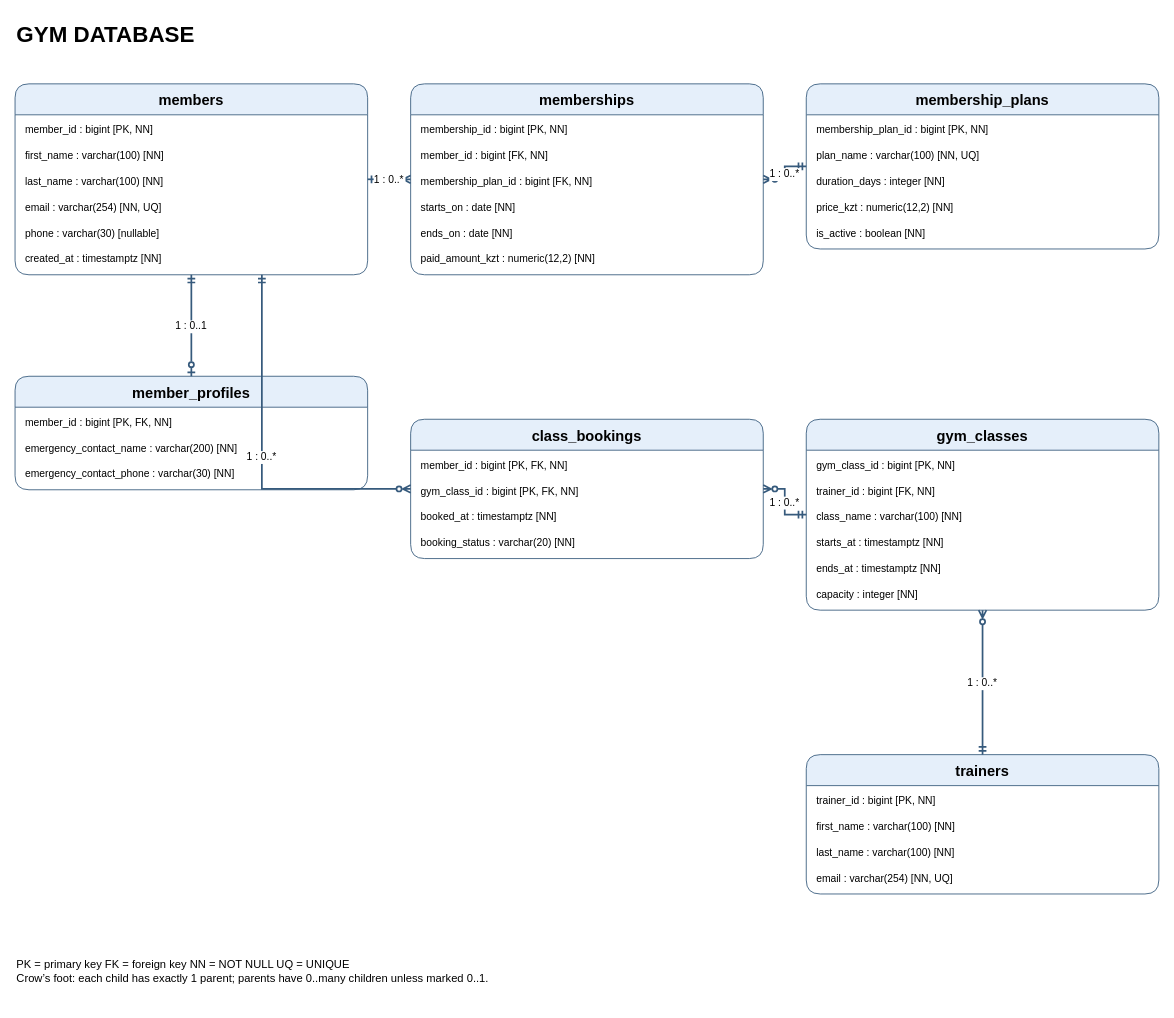
Earlier version of the draw.io diagram gym-database/gym_erd.drawio (zhek1chann/pda). Source tidied: cells renumbered, new cells numbered last; positions are measured from the earlier drawing's top-left corner, leaving out a move shared by most shapes. Both pictures are drawn from the tidied source at 86%, with x=0, y=0 at pixel (15, 15).
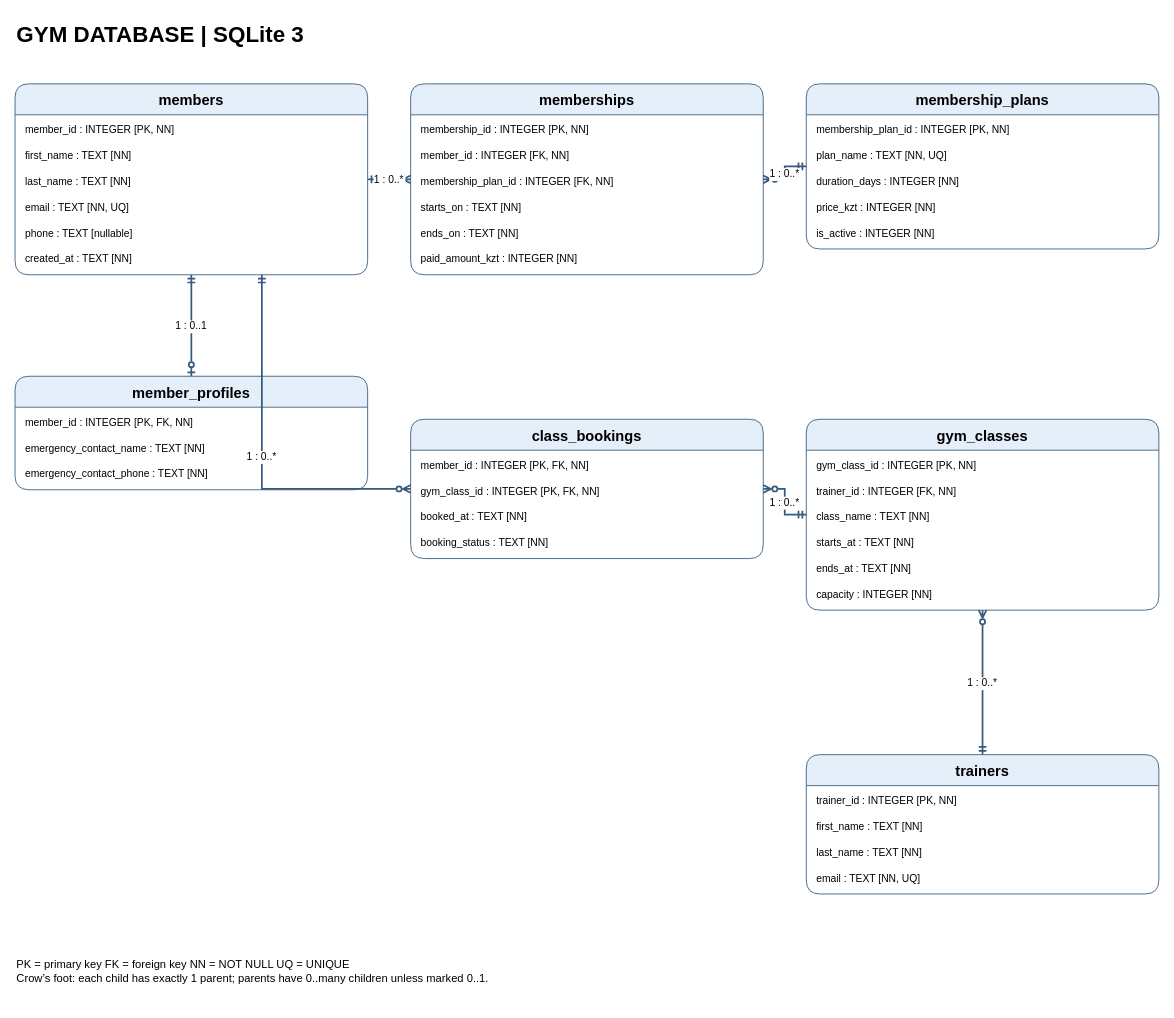
Above is the later version.

The change refers to these unchanged cells:
```xml
<mxCell id="4" value="members" style="swimlane;html=0;startSize=36;horizontal=1;rounded=1;fillColor=#e5effa;swimlaneFillColor=#ffffff;strokeColor=#365a7c;fontStyle=1;fontSize=17;" parent="1" vertex="1">
  <mxGeometry y="80" width="410" height="222" as="geometry" />
</mxCell>
<mxCell id="11" value="member_profiles" style="swimlane;html=0;startSize=36;horizontal=1;rounded=1;fillColor=#e5effa;swimlaneFillColor=#ffffff;strokeColor=#365a7c;fontStyle=1;fontSize=17;" parent="1" vertex="1">
  <mxGeometry y="420" width="410" height="132" as="geometry" />
</mxCell>
<mxCell id="15" value="membership_plans" style="swimlane;html=0;startSize=36;horizontal=1;rounded=1;fillColor=#e5effa;swimlaneFillColor=#ffffff;strokeColor=#365a7c;fontStyle=1;fontSize=17;" parent="1" vertex="1">
  <mxGeometry x="920" y="80" width="410" height="192" as="geometry" />
</mxCell>
<mxCell id="21" value="memberships" style="swimlane;html=0;startSize=36;horizontal=1;rounded=1;fillColor=#e5effa;swimlaneFillColor=#ffffff;strokeColor=#365a7c;fontStyle=1;fontSize=17;" parent="1" vertex="1">
  <mxGeometry x="460" y="80" width="410" height="222" as="geometry" />
</mxCell>
<mxCell id="28" value="trainers" style="swimlane;html=0;startSize=36;horizontal=1;rounded=1;fillColor=#e5effa;swimlaneFillColor=#ffffff;strokeColor=#365a7c;fontStyle=1;fontSize=17;" parent="1" vertex="1">
  <mxGeometry x="920" y="860" width="410" height="162" as="geometry" />
</mxCell>
<mxCell id="33" value="gym_classes" style="swimlane;html=0;startSize=36;horizontal=1;rounded=1;fillColor=#e5effa;swimlaneFillColor=#ffffff;strokeColor=#365a7c;fontStyle=1;fontSize=17;" parent="1" vertex="1">
  <mxGeometry x="920" y="470" width="410" height="222" as="geometry" />
</mxCell>
<mxCell id="40" value="class_bookings" style="swimlane;html=0;startSize=36;horizontal=1;rounded=1;fillColor=#e5effa;swimlaneFillColor=#ffffff;strokeColor=#365a7c;fontStyle=1;fontSize=17;" parent="1" vertex="1">
  <mxGeometry x="460" y="470" width="410" height="162" as="geometry" />
</mxCell>
```

What changed in the source:
```diff
@@
-    <mxCell id="2" value="GYM DATABASE" style="text;html=0;fontSize=26;fontStyle=1;align=left;" parent="1" vertex="1">
+    <mxCell id="2" value="GYM DATABASE | SQLite 3" style="text;html=0;fontSize=26;fontStyle=1;align=left;" parent="1" vertex="1">
       <mxGeometry width="1200" height="45" as="geometry" />
     </mxCell>
@@
-    <mxCell id="5" value="member_id : bigint  [PK, NN]" style="text;html=0;align=left;verticalAlign=middle;spacingLeft=10;fontFamily=Helvetica;fontSize=12;" parent="4" vertex="1">
+    <mxCell id="5" value="member_id : INTEGER  [PK, NN]" style="text;html=0;align=left;verticalAlign=middle;spacingLeft=10;fontFamily=Helvetica;fontSize=12;" parent="4" vertex="1">
       <mxGeometry y="38" width="410" height="30" as="geometry" />
     </mxCell>
-    <mxCell id="6" value="first_name : varchar(100)  [NN]" style="text;html=0;align=left;verticalAlign=middle;spacingLeft=10;fontFamily=Helvetica;fontSize=12;" parent="4" vertex="1">
+    <mxCell id="6" value="first_name : TEXT  [NN]" style="text;html=0;align=left;verticalAlign=middle;spacingLeft=10;fontFamily=Helvetica;fontSize=12;" parent="4" vertex="1">
       <mxGeometry y="68" width="410" height="30" as="geometry" />
     </mxCell>
-    <mxCell id="7" value="last_name : varchar(100)  [NN]" style="text;html=0;align=left;verticalAlign=middle;spacingLeft=10;fontFamily=Helvetica;fontSize=12;" parent="4" vertex="1">
+    <mxCell id="7" value="last_name : TEXT  [NN]" style="text;html=0;align=left;verticalAlign=middle;spacingLeft=10;fontFamily=Helvetica;fontSize=12;" parent="4" vertex="1">
       <mxGeometry y="98" width="410" height="30" as="geometry" />
     </mxCell>
-    <mxCell id="8" value="email : varchar(254)  [NN, UQ]" style="text;html=0;align=left;verticalAlign=middle;spacingLeft=10;fontFamily=Helvetica;fontSize=12;" parent="4" vertex="1">
+    <mxCell id="8" value="email : TEXT  [NN, UQ]" style="text;html=0;align=left;verticalAlign=middle;spacingLeft=10;fontFamily=Helvetica;fontSize=12;" parent="4" vertex="1">
       <mxGeometry y="128" width="410" height="30" as="geometry" />
     </mxCell>
-    <mxCell id="9" value="phone : varchar(30)  [nullable]" style="text;html=0;align=left;verticalAlign=middle;spacingLeft=10;fontFamily=Helvetica;fontSize=12;" parent="4" vertex="1">
+    <mxCell id="9" value="phone : TEXT  [nullable]" style="text;html=0;align=left;verticalAlign=middle;spacingLeft=10;fontFamily=Helvetica;fontSize=12;" parent="4" vertex="1">
       <mxGeometry y="158" width="410" height="30" as="geometry" />
     </mxCell>
-    <mxCell id="10" value="created_at : timestamptz  [NN]" style="text;html=0;align=left;verticalAlign=middle;spacingLeft=10;fontFamily=Helvetica;fontSize=12;" parent="4" vertex="1">
+    <mxCell id="10" value="created_at : TEXT  [NN]" style="text;html=0;align=left;verticalAlign=middle;spacingLeft=10;fontFamily=Helvetica;fontSize=12;" parent="4" vertex="1">
       <mxGeometry y="188" width="410" height="30" as="geometry" />
     </mxCell>
@@
-    <mxCell id="12" value="member_id : bigint  [PK, FK, NN]" style="text;html=0;align=left;verticalAlign=middle;spacingLeft=10;fontFamily=Helvetica;fontSize=12;" parent="11" vertex="1">
+    <mxCell id="12" value="member_id : INTEGER  [PK, FK, NN]" style="text;html=0;align=left;verticalAlign=middle;spacingLeft=10;fontFamily=Helvetica;fontSize=12;" parent="11" vertex="1">
       <mxGeometry y="38" width="410" height="30" as="geometry" />
     </mxCell>
-    <mxCell id="13" value="emergency_contact_name : varchar(200)  [NN]" style="text;html=0;align=left;verticalAlign=middle;spacingLeft=10;fontFamily=Helvetica;fontSize=12;" parent="11" vertex="1">
+    <mxCell id="13" value="emergency_contact_name : TEXT  [NN]" style="text;html=0;align=left;verticalAlign=middle;spacingLeft=10;fontFamily=Helvetica;fontSize=12;" parent="11" vertex="1">
       <mxGeometry y="68" width="410" height="30" as="geometry" />
     </mxCell>
-    <mxCell id="14" value="emergency_contact_phone : varchar(30)  [NN]" style="text;html=0;align=left;verticalAlign=middle;spacingLeft=10;fontFamily=Helvetica;fontSize=12;" parent="11" vertex="1">
+    <mxCell id="14" value="emergency_contact_phone : TEXT  [NN]" style="text;html=0;align=left;verticalAlign=middle;spacingLeft=10;fontFamily=Helvetica;fontSize=12;" parent="11" vertex="1">
       <mxGeometry y="98" width="410" height="30" as="geometry" />
     </mxCell>
@@
-    <mxCell id="16" value="membership_plan_id : bigint  [PK, NN]" style="text;html=0;align=left;verticalAlign=middle;spacingLeft=10;fontFamily=Helvetica;fontSize=12;" parent="15" vertex="1">
+    <mxCell id="16" value="membership_plan_id : INTEGER  [PK, NN]" style="text;html=0;align=left;verticalAlign=middle;spacingLeft=10;fontFamily=Helvetica;fontSize=12;" parent="15" vertex="1">
       <mxGeometry y="38" width="410" height="30" as="geometry" />
     </mxCell>
-    <mxCell id="17" value="plan_name : varchar(100)  [NN, UQ]" style="text;html=0;align=left;verticalAlign=middle;spacingLeft=10;fontFamily=Helvetica;fontSize=12;" parent="15" vertex="1">
+    <mxCell id="17" value="plan_name : TEXT  [NN, UQ]" style="text;html=0;align=left;verticalAlign=middle;spacingLeft=10;fontFamily=Helvetica;fontSize=12;" parent="15" vertex="1">
       <mxGeometry y="68" width="410" height="30" as="geometry" />
     </mxCell>
-    <mxCell id="18" value="duration_days : integer  [NN]" style="text;html=0;align=left;verticalAlign=middle;spacingLeft=10;fontFamily=Helvetica;fontSize=12;" parent="15" vertex="1">
+    <mxCell id="18" value="duration_days : INTEGER  [NN]" style="text;html=0;align=left;verticalAlign=middle;spacingLeft=10;fontFamily=Helvetica;fontSize=12;" parent="15" vertex="1">
       <mxGeometry y="98" width="410" height="30" as="geometry" />
     </mxCell>
-    <mxCell id="19" value="price_kzt : numeric(12,2)  [NN]" style="text;html=0;align=left;verticalAlign=middle;spacingLeft=10;fontFamily=Helvetica;fontSize=12;" parent="15" vertex="1">
+    <mxCell id="19" value="price_kzt : INTEGER  [NN]" style="text;html=0;align=left;verticalAlign=middle;spacingLeft=10;fontFamily=Helvetica;fontSize=12;" parent="15" vertex="1">
       <mxGeometry y="128" width="410" height="30" as="geometry" />
     </mxCell>
-    <mxCell id="20" value="is_active : boolean  [NN]" style="text;html=0;align=left;verticalAlign=middle;spacingLeft=10;fontFamily=Helvetica;fontSize=12;" parent="15" vertex="1">
+    <mxCell id="20" value="is_active : INTEGER  [NN]" style="text;html=0;align=left;verticalAlign=middle;spacingLeft=10;fontFamily=Helvetica;fontSize=12;" parent="15" vertex="1">
       <mxGeometry y="158" width="410" height="30" as="geometry" />
     </mxCell>
@@
-    <mxCell id="22" value="membership_id : bigint  [PK, NN]" style="text;html=0;align=left;verticalAlign=middle;spacingLeft=10;fontFamily=Helvetica;fontSize=12;" parent="21" vertex="1">
+    <mxCell id="22" value="membership_id : INTEGER  [PK, NN]" style="text;html=0;align=left;verticalAlign=middle;spacingLeft=10;fontFamily=Helvetica;fontSize=12;" parent="21" vertex="1">
       <mxGeometry y="38" width="410" height="30" as="geometry" />
     </mxCell>
-    <mxCell id="23" value="member_id : bigint  [FK, NN]" style="text;html=0;align=left;verticalAlign=middle;spacingLeft=10;fontFamily=Helvetica;fontSize=12;" parent="21" vertex="1">
+    <mxCell id="23" value="member_id : INTEGER  [FK, NN]" style="text;html=0;align=left;verticalAlign=middle;spacingLeft=10;fontFamily=Helvetica;fontSize=12;" parent="21" vertex="1">
       <mxGeometry y="68" width="410" height="30" as="geometry" />
     </mxCell>
-    <mxCell id="24" value="membership_plan_id : bigint  [FK, NN]" style="text;html=0;align=left;verticalAlign=middle;spacingLeft=10;fontFamily=Helvetica;fontSize=12;" parent="21" vertex="1">
+    <mxCell id="24" value="membership_plan_id : INTEGER  [FK, NN]" style="text;html=0;align=left;verticalAlign=middle;spacingLeft=10;fontFamily=Helvetica;fontSize=12;" parent="21" vertex="1">
       <mxGeometry y="98" width="410" height="30" as="geometry" />
     </mxCell>
-    <mxCell id="25" value="starts_on : date  [NN]" style="text;html=0;align=left;verticalAlign=middle;spacingLeft=10;fontFamily=Helvetica;fontSize=12;" parent="21" vertex="1">
+    <mxCell id="25" value="starts_on : TEXT  [NN]" style="text;html=0;align=left;verticalAlign=middle;spacingLeft=10;fontFamily=Helvetica;fontSize=12;" parent="21" vertex="1">
       <mxGeometry y="128" width="410" height="30" as="geometry" />
     </mxCell>
-    <mxCell id="26" value="ends_on : date  [NN]" style="text;html=0;align=left;verticalAlign=middle;spacingLeft=10;fontFamily=Helvetica;fontSize=12;" parent="21" vertex="1">
+    <mxCell id="26" value="ends_on : TEXT  [NN]" style="text;html=0;align=left;verticalAlign=middle;spacingLeft=10;fontFamily=Helvetica;fontSize=12;" parent="21" vertex="1">
       <mxGeometry y="158" width="410" height="30" as="geometry" />
     </mxCell>
-    <mxCell id="27" value="paid_amount_kzt : numeric(12,2)  [NN]" style="text;html=0;align=left;verticalAlign=middle;spacingLeft=10;fontFamily=Helvetica;fontSize=12;" parent="21" vertex="1">
+    <mxCell id="27" value="paid_amount_kzt : INTEGER  [NN]" style="text;html=0;align=left;verticalAlign=middle;spacingLeft=10;fontFamily=Helvetica;fontSize=12;" parent="21" vertex="1">
       <mxGeometry y="188" width="410" height="30" as="geometry" />
     </mxCell>
@@
-    <mxCell id="29" value="trainer_id : bigint  [PK, NN]" style="text;html=0;align=left;verticalAlign=middle;spacingLeft=10;fontFamily=Helvetica;fontSize=12;" parent="28" vertex="1">
+    <mxCell id="29" value="trainer_id : INTEGER  [PK, NN]" style="text;html=0;align=left;verticalAlign=middle;spacingLeft=10;fontFamily=Helvetica;fontSize=12;" parent="28" vertex="1">
       <mxGeometry y="38" width="410" height="30" as="geometry" />
     </mxCell>
-    <mxCell id="30" value="first_name : varchar(100)  [NN]" style="text;html=0;align=left;verticalAlign=middle;spacingLeft=10;fontFamily=Helvetica;fontSize=12;" parent="28" vertex="1">
+    <mxCell id="30" value="first_name : TEXT  [NN]" style="text;html=0;align=left;verticalAlign=middle;spacingLeft=10;fontFamily=Helvetica;fontSize=12;" parent="28" vertex="1">
       <mxGeometry y="68" width="410" height="30" as="geometry" />
     </mxCell>
-    <mxCell id="31" value="last_name : varchar(100)  [NN]" style="text;html=0;align=left;verticalAlign=middle;spacingLeft=10;fontFamily=Helvetica;fontSize=12;" parent="28" vertex="1">
+    <mxCell id="31" value="last_name : TEXT  [NN]" style="text;html=0;align=left;verticalAlign=middle;spacingLeft=10;fontFamily=Helvetica;fontSize=12;" parent="28" vertex="1">
       <mxGeometry y="98" width="410" height="30" as="geometry" />
     </mxCell>
-    <mxCell id="32" value="email : varchar(254)  [NN, UQ]" style="text;html=0;align=left;verticalAlign=middle;spacingLeft=10;fontFamily=Helvetica;fontSize=12;" parent="28" vertex="1">
+    <mxCell id="32" value="email : TEXT  [NN, UQ]" style="text;html=0;align=left;verticalAlign=middle;spacingLeft=10;fontFamily=Helvetica;fontSize=12;" parent="28" vertex="1">
       <mxGeometry y="128" width="410" height="30" as="geometry" />
     </mxCell>
@@
-    <mxCell id="34" value="gym_class_id : bigint  [PK, NN]" style="text;html=0;align=left;verticalAlign=middle;spacingLeft=10;fontFamily=Helvetica;fontSize=12;" parent="33" vertex="1">
+    <mxCell id="34" value="gym_class_id : INTEGER  [PK, NN]" style="text;html=0;align=left;verticalAlign=middle;spacingLeft=10;fontFamily=Helvetica;fontSize=12;" parent="33" vertex="1">
       <mxGeometry y="38" width="410" height="30" as="geometry" />
     </mxCell>
-    <mxCell id="35" value="trainer_id : bigint  [FK, NN]" style="text;html=0;align=left;verticalAlign=middle;spacingLeft=10;fontFamily=Helvetica;fontSize=12;" parent="33" vertex="1">
+    <mxCell id="35" value="trainer_id : INTEGER  [FK, NN]" style="text;html=0;align=left;verticalAlign=middle;spacingLeft=10;fontFamily=Helvetica;fontSize=12;" parent="33" vertex="1">
       <mxGeometry y="68" width="410" height="30" as="geometry" />
     </mxCell>
-    <mxCell id="36" value="class_name : varchar(100)  [NN]" style="text;html=0;align=left;verticalAlign=middle;spacingLeft=10;fontFamily=Helvetica;fontSize=12;" parent="33" vertex="1">
+    <mxCell id="36" value="class_name : TEXT  [NN]" style="text;html=0;align=left;verticalAlign=middle;spacingLeft=10;fontFamily=Helvetica;fontSize=12;" parent="33" vertex="1">
       <mxGeometry y="98" width="410" height="30" as="geometry" />
     </mxCell>
-    <mxCell id="37" value="starts_at : timestamptz  [NN]" style="text;html=0;align=left;verticalAlign=middle;spacingLeft=10;fontFamily=Helvetica;fontSize=12;" parent="33" vertex="1">
+    <mxCell id="37" value="starts_at : TEXT  [NN]" style="text;html=0;align=left;verticalAlign=middle;spacingLeft=10;fontFamily=Helvetica;fontSize=12;" parent="33" vertex="1">
       <mxGeometry y="128" width="410" height="30" as="geometry" />
     </mxCell>
-    <mxCell id="38" value="ends_at : timestamptz  [NN]" style="text;html=0;align=left;verticalAlign=middle;spacingLeft=10;fontFamily=Helvetica;fontSize=12;" parent="33" vertex="1">
+    <mxCell id="38" value="ends_at : TEXT  [NN]" style="text;html=0;align=left;verticalAlign=middle;spacingLeft=10;fontFamily=Helvetica;fontSize=12;" parent="33" vertex="1">
       <mxGeometry y="158" width="410" height="30" as="geometry" />
     </mxCell>
-    <mxCell id="39" value="capacity : integer  [NN]" style="text;html=0;align=left;verticalAlign=middle;spacingLeft=10;fontFamily=Helvetica;fontSize=12;" parent="33" vertex="1">
+    <mxCell id="39" value="capacity : INTEGER  [NN]" style="text;html=0;align=left;verticalAlign=middle;spacingLeft=10;fontFamily=Helvetica;fontSize=12;" parent="33" vertex="1">
       <mxGeometry y="188" width="410" height="30" as="geometry" />
     </mxCell>
@@
-    <mxCell id="41" value="member_id : bigint  [PK, FK, NN]" style="text;html=0;align=left;verticalAlign=middle;spacingLeft=10;fontFamily=Helvetica;fontSize=12;" parent="40" vertex="1">
+    <mxCell id="41" value="member_id : INTEGER  [PK, FK, NN]" style="text;html=0;align=left;verticalAlign=middle;spacingLeft=10;fontFamily=Helvetica;fontSize=12;" parent="40" vertex="1">
       <mxGeometry y="38" width="410" height="30" as="geometry" />
     </mxCell>
-    <mxCell id="42" value="gym_class_id : bigint  [PK, FK, NN]" style="text;html=0;align=left;verticalAlign=middle;spacingLeft=10;fontFamily=Helvetica;fontSize=12;" parent="40" vertex="1">
+    <mxCell id="42" value="gym_class_id : INTEGER  [PK, FK, NN]" style="text;html=0;align=left;verticalAlign=middle;spacingLeft=10;fontFamily=Helvetica;fontSize=12;" parent="40" vertex="1">
       <mxGeometry y="68" width="410" height="30" as="geometry" />
     </mxCell>
-    <mxCell id="43" value="booked_at : timestamptz  [NN]" style="text;html=0;align=left;verticalAlign=middle;spacingLeft=10;fontFamily=Helvetica;fontSize=12;" parent="40" vertex="1">
+    <mxCell id="43" value="booked_at : TEXT  [NN]" style="text;html=0;align=left;verticalAlign=middle;spacingLeft=10;fontFamily=Helvetica;fontSize=12;" parent="40" vertex="1">
       <mxGeometry y="98" width="410" height="30" as="geometry" />
     </mxCell>
-    <mxCell id="44" value="booking_status : varchar(20)  [NN]" style="text;html=0;align=left;verticalAlign=middle;spacingLeft=10;fontFamily=Helvetica;fontSize=12;" parent="40" vertex="1">
+    <mxCell id="44" value="booking_status : TEXT  [NN]" style="text;html=0;align=left;verticalAlign=middle;spacingLeft=10;fontFamily=Helvetica;fontSize=12;" parent="40" vertex="1">
       <mxGeometry y="128" width="410" height="30" as="geometry" />
     </mxCell>
```
